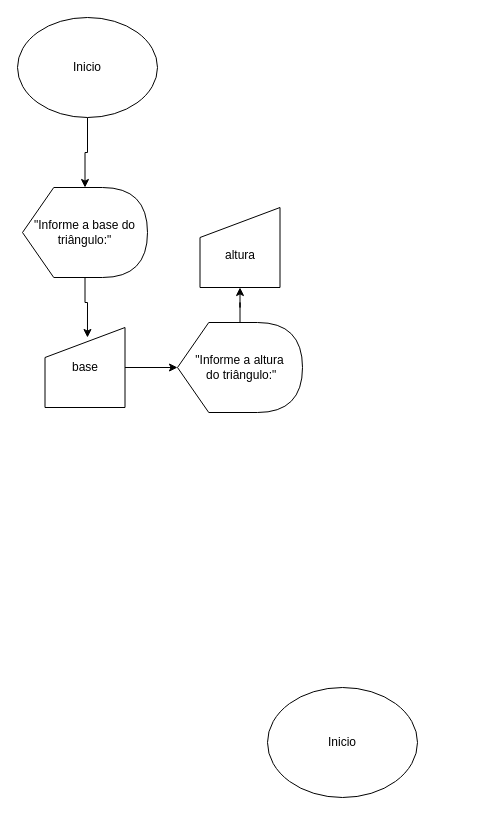
Before: Diagrama sem nome.drawio in Joaovictor23t4/Aula-If-Else, a draw.io diagram. Source tidied: cells renumbered, new cells numbered last; positions are measured from the earlier drawing's top-left corner, leaving out a move shared by most shapes. Both pictures are drawn from the tidied source at 100%, with x=0, y=0 at pixel (17, 17).
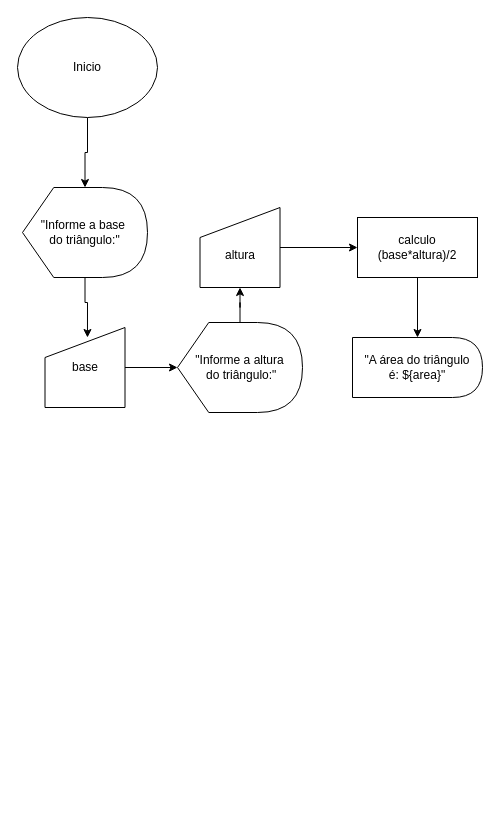
After the change.

Diff of the diagram source:
```diff
@@
 <mxGraphModel>
   <root>
     <mxCell id="0" />
     <mxCell id="1" parent="0" />
     <mxCell id="2" style="edgeStyle=orthogonalEdgeStyle;rounded=0;jettySize=auto;html=1;" parent="1" edge="1" source="3" target="6">
       <mxGeometry relative="1" as="geometry" />
     </mxCell>
     <mxCell id="3" value="&lt;div&gt;Inicio&lt;/div&gt;" style="ellipse;whiteSpace=wrap;html=1;fontFamily=Helvetica;" parent="1" vertex="1">
       <mxGeometry width="140" height="100" as="geometry" />
     </mxCell>
-    <mxCell id="4" value="&lt;div&gt;Inicio&lt;/div&gt;" style="ellipse;whiteSpace=wrap;html=1;fontFamily=Helvetica;" parent="1" vertex="1">
-      <mxGeometry x="250" y="670" width="150" height="110" as="geometry" />
-    </mxCell>
     <mxCell id="5" style="edgeStyle=orthogonalEdgeStyle;rounded=0;jettySize=auto;html=1;entryX=0.531;entryY=0.125;entryDx=0;entryDy=0;entryPerimeter=0;" parent="1" edge="1" source="6" target="8">
       <mxGeometry relative="1" as="geometry">
         <Array as="points">
           <mxPoint x="68" y="285" />
           <mxPoint x="70" y="285" />
         </Array>
       </mxGeometry>
     </mxCell>
-    <mxCell id="6" value="&lt;div&gt;&quot;Informe a base do triângulo:&quot;&lt;/div&gt;" style="shape=display;whiteSpace=wrap;html=1;" parent="1" vertex="1">
+    <mxCell id="6" value="&lt;div&gt;&quot;Informe a base&amp;nbsp;&lt;/div&gt;&lt;div&gt;do triângulo:&quot;&lt;/div&gt;" style="shape=display;whiteSpace=wrap;html=1;" parent="1" vertex="1">
       <mxGeometry x="5" y="170" width="125" height="90" as="geometry" />
     </mxCell>
     <mxCell id="7" style="edgeStyle=orthogonalEdgeStyle;rounded=0;jettySize=auto;html=1;" parent="1" edge="1" source="8" target="10">
       <mxGeometry relative="1" as="geometry" />
     </mxCell>
     <mxCell id="8" value="&lt;div&gt;base&lt;/div&gt;" style="shape=manualInput;whiteSpace=wrap;html=1;" parent="1" vertex="1">
       <mxGeometry x="27.5" y="310" width="80" height="80" as="geometry" />
     </mxCell>
     <mxCell id="9" style="edgeStyle=orthogonalEdgeStyle;rounded=0;jettySize=auto;html=1;" parent="1" edge="1" source="10" target="11">
       <mxGeometry relative="1" as="geometry" />
     </mxCell>
     <mxCell id="10" value="&lt;div&gt;&quot;Informe a altura&lt;/div&gt;&lt;div&gt;&amp;nbsp;do triângulo:&quot;&lt;/div&gt;" style="shape=display;whiteSpace=wrap;html=1;" parent="1" vertex="1">
       <mxGeometry x="160" y="305" width="125" height="90" as="geometry" />
     </mxCell>
+    <mxCell id="12" style="edgeStyle=orthogonalEdgeStyle;rounded=0;jettySize=auto;html=1;" parent="1" edge="1" source="11" target="14">
+      <mxGeometry relative="1" as="geometry" />
+    </mxCell>
     <mxCell id="11" value="&lt;div&gt;&lt;br&gt;&lt;/div&gt;&lt;div&gt;altura&lt;/div&gt;" style="shape=manualInput;whiteSpace=wrap;html=1;" parent="1" vertex="1">
       <mxGeometry x="182.5" y="190" width="80" height="80" as="geometry" />
     </mxCell>
+    <mxCell id="13" style="edgeStyle=orthogonalEdgeStyle;rounded=0;jettySize=auto;html=1;entryX=0.5;entryY=0;entryDx=0;entryDy=0;" parent="1" edge="1" source="14" target="15">
+      <mxGeometry relative="1" as="geometry" />
+    </mxCell>
+    <mxCell id="14" value="&lt;div&gt;calculo&lt;/div&gt;&lt;div&gt;(base*altura)/2&lt;/div&gt;" style="rounded=0;whiteSpace=wrap;html=1;" parent="1" vertex="1">
+      <mxGeometry x="340" y="200" width="120" height="60" as="geometry" />
+    </mxCell>
+    <mxCell id="15" value="&lt;div&gt;&quot;A área do triângulo&lt;/div&gt;&lt;div&gt;é: ${area}&quot;&lt;/div&gt;" style="shape=delay;whiteSpace=wrap;html=1;" parent="1" vertex="1">
+      <mxGeometry x="335" y="320" width="130" height="60" as="geometry" />
+    </mxCell>
   </root>
 </mxGraphModel>
```
